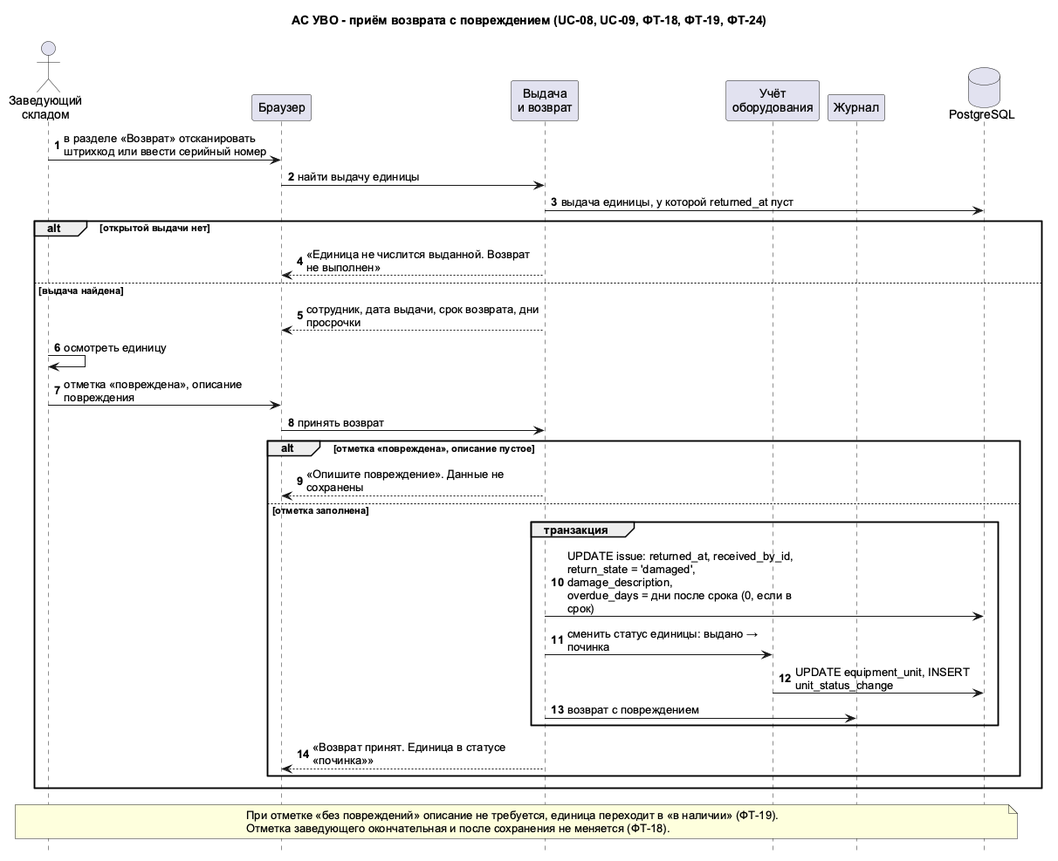
The PlantUML diagram Lab2/docs/diagrams/images/sequence-return.png in Rezak159/project-management, before a commit.
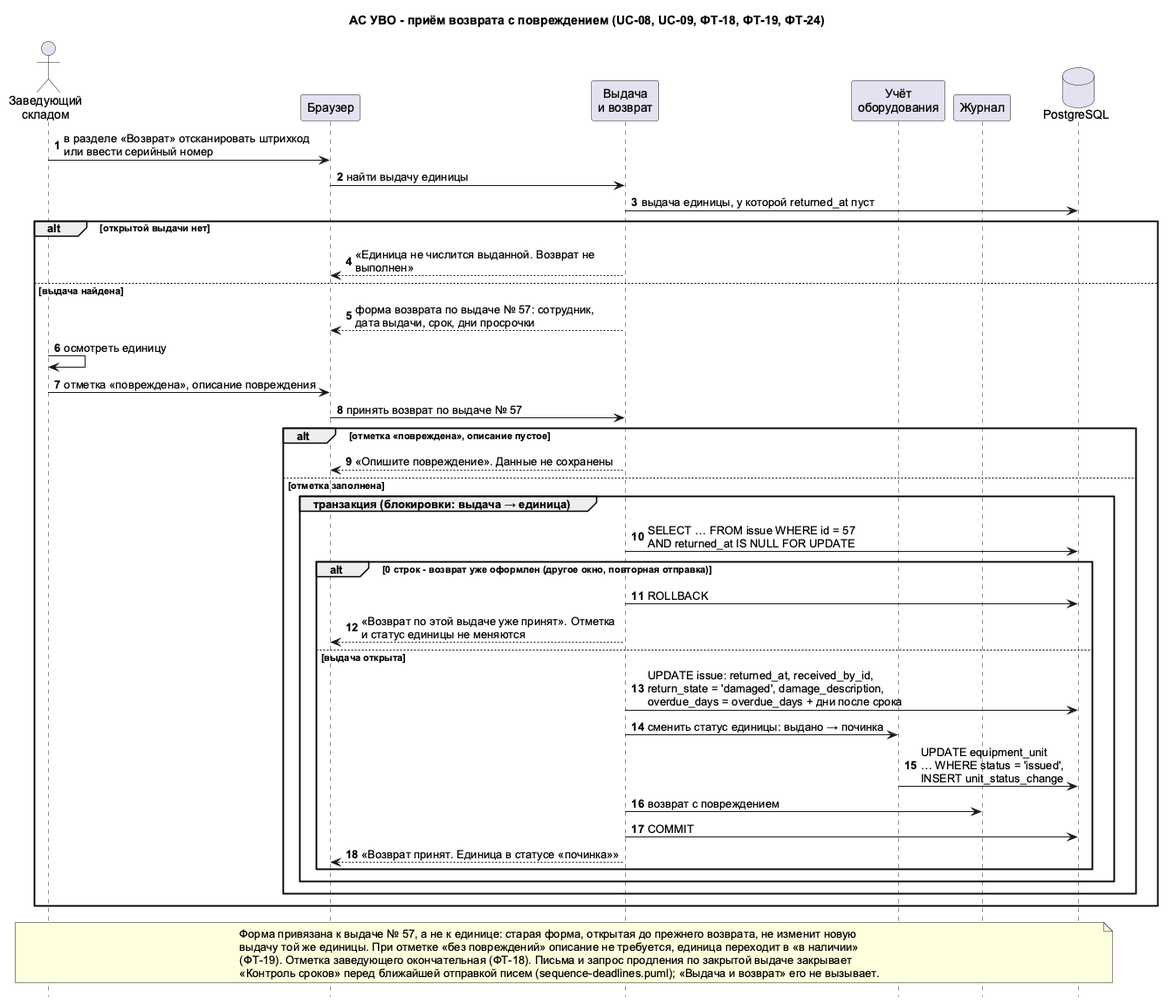
Later version of the same file.

Diff of the diagram source:
```diff
@@ -4,7 +4,7 @@
 skinparam defaultFontName Arial
 skinparam sequenceMessageAlign left
 skinparam responseMessageBelowArrow true
-skinparam maxMessageSize 270
+skinparam maxMessageSize 300
 hide footbox
 autonumber
 
@@ -22,25 +22,34 @@
 alt открытой выдачи нет
   ISS --> B : «Единица не числится выданной. Возврат не выполнен»
 else выдача найдена
-  ISS --> B : сотрудник, дата выдачи, срок возврата, дни просрочки
+  ISS --> B : форма возврата по выдаче № 57: сотрудник, дата выдачи, срок, дни просрочки
   WH -> WH : осмотреть единицу
   WH -> B : отметка «повреждена», описание повреждения
-  B -> ISS : принять возврат
+  B -> ISS : принять возврат по выдаче № 57
   alt отметка «повреждена», описание пустое
     ISS --> B : «Опишите повреждение». Данные не сохранены
   else отметка заполнена
-    group транзакция
-      ISS -> DB : UPDATE issue: returned_at, received_by_id,\nreturn_state = 'damaged', damage_description,\noverdue_days = дни после срока (0, если в срок)
-      ISS -> EQ : сменить статус единицы: выдано → починка
-      EQ -> DB : UPDATE equipment_unit, INSERT unit_status_change
-      ISS -> LOG : возврат с повреждением
+    group транзакция (блокировки: выдача → единица)
+      ISS -> DB : SELECT … FROM issue WHERE id = 57\nAND returned_at IS NULL FOR UPDATE
+      alt 0 строк - возврат уже оформлен (другое окно, повторная отправка)
+        ISS -> DB : ROLLBACK
+        ISS --> B : «Возврат по этой выдаче уже принят». Отметка и статус единицы не меняются
+      else выдача открыта
+        ISS -> DB : UPDATE issue: returned_at, received_by_id,\nreturn_state = 'damaged', damage_description,\noverdue_days = overdue_days + дни после срока
+        ISS -> EQ : сменить статус единицы: выдано → починка
+        EQ -> DB : UPDATE equipment_unit\n… WHERE status = 'issued',\nINSERT unit_status_change
+        ISS -> LOG : возврат с повреждением
+        ISS -> DB : COMMIT
+        ISS --> B : «Возврат принят. Единица в статусе «починка»»
+      end
     end
-    ISS --> B : «Возврат принят. Единица в статусе «починка»»
   end
 end
 
 note over WH, DB
-При отметке «без повреждений» описание не требуется, единица переходит в «в наличии» (ФТ-19).
-Отметка заведующего окончательная и после сохранения не меняется (ФТ-18).
+Форма привязана к выдаче № 57, а не к единице: старая форма, открытая до прежнего возврата, не изменит новую
+выдачу той же единицы. При отметке «без повреждений» описание не требуется, единица переходит в «в наличии»
+(ФТ-19). Отметка заведующего окончательная (ФТ-18). Письма и запрос продления по закрытой выдаче закрывает
+«Контроль сроков» перед ближайшей отправкой писем (sequence-deadlines.puml); «Выдача и возврат» его не вызывает.
 end note
 @enduml
```
